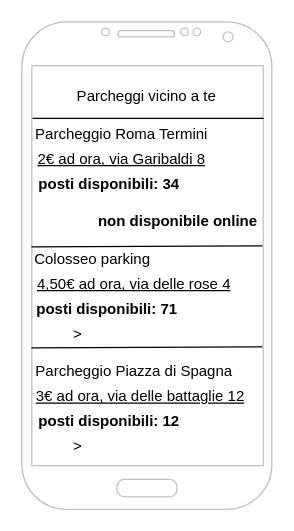
Above: Wireframe.drawio in M-Sor02/2020-21-webdesign-verifica (draw.io), before the change. Source tidied: cells renumbered, new cells numbered last; positions are measured from the earlier drawing's top-left corner, leaving out a move shared by most shapes. Both pictures are drawn from the tidied source at 125%, with x=0, y=0 at pixel (21, 21).
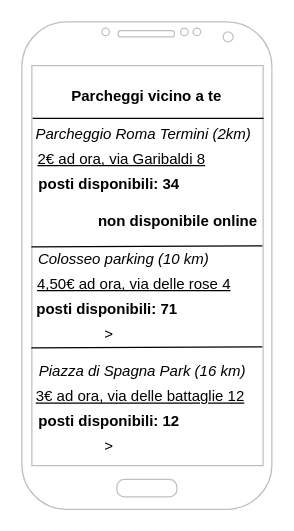
After the change.

Change to the diagram source:
```diff
@@
-    <mxCell id="3" value="Parcheggio Roma Termini" style="text;html=1;strokeColor=none;fillColor=none;align=center;verticalAlign=middle;whiteSpace=wrap;rounded=0;" parent="1" vertex="1">
-      <mxGeometry x="5" y="80" width="150" height="20" as="geometry" />
+    <mxCell id="3" value="&lt;i&gt;Parcheggio Roma Termini (2km)&lt;/i&gt;" style="text;html=1;strokeColor=none;fillColor=none;align=center;verticalAlign=middle;whiteSpace=wrap;rounded=0;" parent="1" vertex="1">
+      <mxGeometry x="5" y="80" width="185" height="20" as="geometry" />
     </mxCell>
-    <mxCell id="4" value="&amp;nbsp;Colosseo parking" style="text;html=1;strokeColor=none;fillColor=none;align=center;verticalAlign=middle;whiteSpace=wrap;rounded=0;" parent="1" vertex="1">
-      <mxGeometry y="180" width="110" height="20" as="geometry" />
+    <mxCell id="4" value="&lt;i&gt;&amp;nbsp;Colosseo parking (10 km)&lt;/i&gt;" style="text;html=1;strokeColor=none;fillColor=none;align=center;verticalAlign=middle;whiteSpace=wrap;rounded=0;" parent="1" vertex="1">
+      <mxGeometry y="180" width="160" height="20" as="geometry" />
     </mxCell>
-    <mxCell id="5" value="Parcheggio Piazza di Spagna" style="text;html=1;strokeColor=none;fillColor=none;align=center;verticalAlign=middle;whiteSpace=wrap;rounded=0;" parent="1" vertex="1">
-      <mxGeometry x="10" y="270" width="160" height="20" as="geometry" />
+    <mxCell id="5" value="&lt;i&gt;&amp;nbsp;Piazza di Spagna Park (16 km)&lt;/i&gt;" style="text;html=1;strokeColor=none;fillColor=none;align=center;verticalAlign=middle;whiteSpace=wrap;rounded=0;" parent="1" vertex="1">
+      <mxGeometry x="5" y="270" width="180" height="20" as="geometry" />
     </mxCell>
@@
     <mxCell id="14" value="&amp;gt;" style="text;html=1;strokeColor=none;fillColor=none;align=center;verticalAlign=middle;whiteSpace=wrap;rounded=0;" parent="1" vertex="1">
-      <mxGeometry x="25" y="240" width="40" height="20" as="geometry" />
+      <mxGeometry x="50" y="240" width="40" height="20" as="geometry" />
     </mxCell>
     <mxCell id="15" value="&amp;gt;" style="text;html=1;strokeColor=none;fillColor=none;align=center;verticalAlign=middle;whiteSpace=wrap;rounded=0;" parent="1" vertex="1">
-      <mxGeometry x="25" y="330" width="40" height="20" as="geometry" />
+      <mxGeometry x="50" y="330" width="40" height="20" as="geometry" />
     </mxCell>
@@
-    <mxCell id="18" value="Parcheggi vicino a te" style="text;html=1;strokeColor=none;fillColor=none;align=center;verticalAlign=middle;whiteSpace=wrap;rounded=0;" parent="1" vertex="1">
+    <mxCell id="18" value="Parcheggi vicino a te" style="text;html=1;strokeColor=none;fillColor=none;align=center;verticalAlign=middle;whiteSpace=wrap;rounded=0;fontStyle=1;" parent="1" vertex="1">
       <mxGeometry x="30" y="50" width="140" height="20" as="geometry" />
     </mxCell>
```
